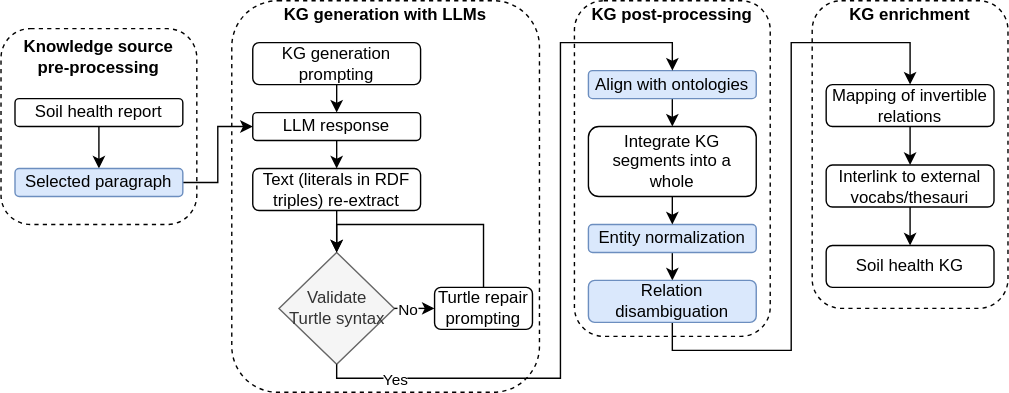
Earlier version of the draw.io export imgs/text2KG.svg (soilwise-he/soil-health-knowledge-graph). Source tidied: cells renumbered, new cells last; positions are measured from the earlier drawing's top-left corner, leaving out a move shared by most shapes.
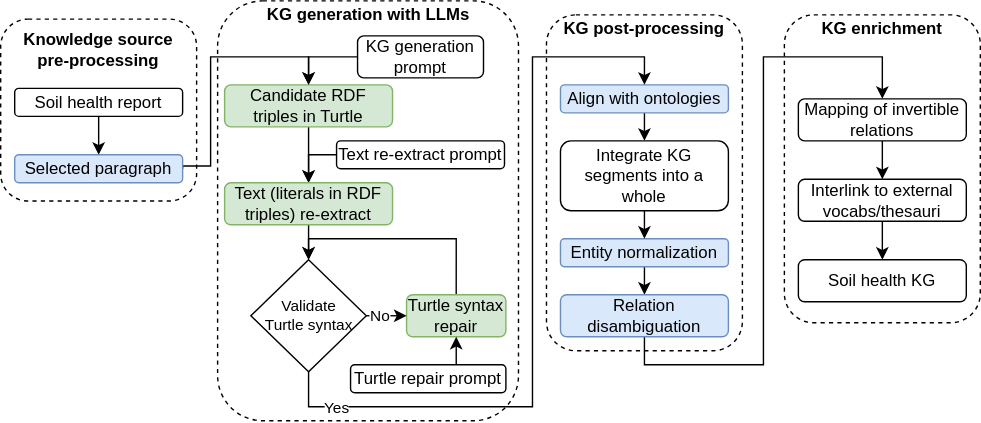
After the change.

The edit, as a diff of the source:
```diff
@@ -6,33 +6,33 @@
       <mxGeometry relative="1" as="geometry" />
     </mxCell>
     <mxCell id="3" value="Soil health report" style="rounded=1;whiteSpace=wrap;html=1;" parent="1" vertex="1">
-      <mxGeometry x="10" y="70" width="120" height="20" as="geometry" />
+      <mxGeometry x="30" y="52.5" width="120" height="20" as="geometry" />
     </mxCell>
-    <mxCell id="4" style="edgeStyle=orthogonalEdgeStyle;rounded=0;jettySize=auto;html=1;exitX=0.5;exitY=1;exitDx=0;exitDy=0;entryX=0.5;entryY=0;entryDx=0;entryDy=0;" parent="1" edge="1" source="5" target="8">
-      <mxGeometry relative="1" as="geometry" />
-    </mxCell>
+    <mxCell id="40" style="edgeStyle=orthogonalEdgeStyle;rounded=0;jettySize=auto;html=1;exitX=0.5;exitY=1;exitDx=0;exitDy=0;entryX=0.5;entryY=0;entryDx=0;entryDy=0;" parent="1" edge="1" source="5" target="18">
+      <mxGeometry relative="1" as="geometry" />
+    </mxCell>
-    <mxCell id="5" value="KG generation prompting" style="rounded=1;whiteSpace=wrap;html=1;" parent="1" vertex="1">
-      <mxGeometry x="180" y="30" width="120" height="30" as="geometry" />
+    <mxCell id="5" value="Candidate RDF triples in Turtle" style="rounded=1;whiteSpace=wrap;html=1;fillColor=#d5e8d4;strokeColor=#82b366;" parent="1" vertex="1">
+      <mxGeometry x="180" y="50" width="120" height="30" as="geometry" />
     </mxCell>
-    <mxCell id="6" value="Validate&lt;div&gt;Turtle syntax&lt;/div&gt;" style="rhombus;whiteSpace=wrap;html=1;fillColor=#f5f5f5;strokeColor=#666666;fontColor=#333333;" parent="1" vertex="1">
-      <mxGeometry x="198.8" y="180" width="82.5" height="80" as="geometry" />
+    <mxCell id="6" value="&lt;div style=&quot;line-height: 110%;&quot;&gt;&lt;font style=&quot;font-size: 11px; line-height: 110%;&quot;&gt;Validate&lt;/font&gt;&lt;div&gt;&lt;font style=&quot;font-size: 11px; line-height: 110%;&quot;&gt;Turtle syntax&lt;/font&gt;&lt;/div&gt;&lt;/div&gt;" style="rhombus;whiteSpace=wrap;html=1;" parent="1" vertex="1">
+      <mxGeometry x="198.8" y="175" width="82.5" height="80" as="geometry" />
     </mxCell>
-    <mxCell id="7" style="edgeStyle=orthogonalEdgeStyle;rounded=0;jettySize=auto;html=1;exitX=0.5;exitY=1;exitDx=0;exitDy=0;entryX=0.5;entryY=0;entryDx=0;entryDy=0;" parent="1" edge="1" source="8" target="18">
+    <mxCell id="7" style="edgeStyle=orthogonalEdgeStyle;rounded=0;jettySize=auto;html=1;exitX=0;exitY=0.5;exitDx=0;exitDy=0;entryX=0.5;entryY=0;entryDx=0;entryDy=0;" parent="1" edge="1" source="8" target="18">
       <mxGeometry relative="1" as="geometry" />
     </mxCell>
-    <mxCell id="8" value="LLM response" style="rounded=1;whiteSpace=wrap;html=1;" parent="1" vertex="1">
-      <mxGeometry x="180" y="80" width="120" height="20" as="geometry" />
+    <mxCell id="8" value="Text re-extract prompt" style="rounded=1;whiteSpace=wrap;html=1;" parent="1" vertex="1">
+      <mxGeometry x="260" y="90" width="120" height="20" as="geometry" />
     </mxCell>
     <mxCell id="9" style="edgeStyle=orthogonalEdgeStyle;rounded=0;jettySize=auto;html=1;exitX=0.5;exitY=0;exitDx=0;exitDy=0;entryX=0.5;entryY=0;entryDx=0;entryDy=0;" parent="1" edge="1" source="10" target="6">
       <mxGeometry relative="1" as="geometry">
         <Array as="points">
-          <mxPoint x="345" y="160" />
+          <mxPoint x="346" y="160" />
           <mxPoint x="240" y="160" />
         </Array>
       </mxGeometry>
     </mxCell>
-    <mxCell id="10" value="Turtle repair prompting" style="rounded=1;whiteSpace=wrap;html=1;" parent="1" vertex="1">
-      <mxGeometry x="310" y="205" width="70" height="30" as="geometry" />
+    <mxCell id="10" value="Turtle syntax repair" style="rounded=1;whiteSpace=wrap;html=1;fillColor=#d5e8d4;strokeColor=#82b366;" parent="1" vertex="1">
+      <mxGeometry x="310" y="200" width="71" height="30" as="geometry" />
     </mxCell>
     <mxCell id="11" style="edgeStyle=orthogonalEdgeStyle;rounded=0;jettySize=auto;html=1;exitX=0.5;exitY=1;exitDx=0;exitDy=0;entryX=0.5;entryY=0;entryDx=0;entryDy=0;" parent="1" edge="1" source="12" target="35">
       <mxGeometry relative="1" as="geometry" />
@@ -55,14 +55,20 @@
     <mxCell id="17" style="edgeStyle=orthogonalEdgeStyle;rounded=0;jettySize=auto;html=1;exitX=0.5;exitY=1;exitDx=0;exitDy=0;entryX=0.5;entryY=0;entryDx=0;entryDy=0;" parent="1" edge="1" source="18" target="6">
       <mxGeometry relative="1" as="geometry" />
     </mxCell>
-    <mxCell id="18" value="Text (literals in RDF triples) re-extract" style="rounded=1;whiteSpace=wrap;html=1;" parent="1" vertex="1">
+    <mxCell id="18" value="Text (literals in RDF triples) re-extract" style="rounded=1;whiteSpace=wrap;html=1;fillColor=#d5e8d4;strokeColor=#82b366;" parent="1" vertex="1">
       <mxGeometry x="180" y="120" width="120" height="30" as="geometry" />
     </mxCell>
-    <mxCell id="19" style="edgeStyle=orthogonalEdgeStyle;rounded=0;jettySize=auto;html=1;exitX=1;exitY=0.5;exitDx=0;exitDy=0;entryX=0;entryY=0.5;entryDx=0;entryDy=0;" parent="1" edge="1" source="20" target="8">
-      <mxGeometry relative="1" as="geometry" />
-    </mxCell>
+    <mxCell id="41" style="edgeStyle=orthogonalEdgeStyle;rounded=0;jettySize=auto;html=1;exitX=1;exitY=0.5;exitDx=0;exitDy=0;entryX=0.5;entryY=0;entryDx=0;entryDy=0;" parent="1" edge="1" source="20" target="5">
+      <mxGeometry relative="1" as="geometry">
+        <Array as="points">
+          <mxPoint x="170" y="108" />
+          <mxPoint x="170" y="30" />
+          <mxPoint x="240" y="30" />
+        </Array>
+      </mxGeometry>
+    </mxCell>
     <mxCell id="20" value="Selected paragraph" style="rounded=1;whiteSpace=wrap;html=1;fillColor=#dae8fc;strokeColor=#6c8ebf;" parent="1" vertex="1">
-      <mxGeometry x="10" y="120" width="120" height="20" as="geometry" />
+      <mxGeometry x="30" y="100" width="120" height="20" as="geometry" />
     </mxCell>
     <mxCell id="21" value="Soil health KG" style="rounded=1;whiteSpace=wrap;html=1;" parent="1" vertex="1">
       <mxGeometry x="590" y="175" width="120" height="30" as="geometry" />
@@ -74,7 +80,7 @@
       <mxGeometry x="420" y="160" width="120" height="20" as="geometry" />
     </mxCell>
     <mxCell id="24" style="rounded=1;whiteSpace=wrap;html=1;fillColor=none;dashed=1;" parent="1" vertex="1">
-      <mxGeometry x="165" width="220" height="280" as="geometry" />
+      <mxGeometry x="175" y="-10" width="215" height="300" as="geometry" />
     </mxCell>
     <mxCell id="25" style="edgeStyle=orthogonalEdgeStyle;rounded=0;jettySize=auto;html=1;exitX=0.5;exitY=1;exitDx=0;exitDy=0;entryX=0.5;entryY=0;entryDx=0;entryDy=0;" parent="1" edge="1" source="26" target="14">
       <mxGeometry relative="1" as="geometry">
@@ -90,7 +96,7 @@
       <mxGeometry x="420" y="200" width="120" height="30" as="geometry" />
     </mxCell>
     <mxCell id="27" style="rounded=1;whiteSpace=wrap;html=1;fillColor=none;dashed=1;" parent="1" vertex="1">
-      <mxGeometry y="20" width="140" height="140" as="geometry" />
+      <mxGeometry x="20" y="3" width="140" height="130" as="geometry" />
     </mxCell>
     <mxCell id="28" style="rounded=1;whiteSpace=wrap;html=1;fillColor=none;dashed=1;" parent="1" vertex="1">
       <mxGeometry x="410" width="140" height="240" as="geometry" />
@@ -99,10 +105,10 @@
       <mxGeometry x="580" width="140" height="220" as="geometry" />
     </mxCell>
     <mxCell id="30" value="&lt;b&gt;Knowledge source pre-processing&lt;/b&gt;" style="text;html=1;align=center;verticalAlign=middle;whiteSpace=wrap;rounded=0;" parent="1" vertex="1">
-      <mxGeometry x="10" y="30" width="120" height="20" as="geometry" />
+      <mxGeometry x="30" y="15" width="120" height="20" as="geometry" />
     </mxCell>
     <mxCell id="31" value="&lt;b&gt;KG generation with LLMs&lt;/b&gt;" style="text;html=1;align=center;verticalAlign=middle;whiteSpace=wrap;rounded=0;" parent="1" vertex="1">
-      <mxGeometry x="190" width="170" height="20" as="geometry" />
+      <mxGeometry x="207.5" y="-10" width="150" height="20" as="geometry" />
     </mxCell>
     <mxCell id="32" value="&lt;b&gt;KG post-processing&lt;/b&gt;" style="text;html=1;align=center;verticalAlign=middle;whiteSpace=wrap;rounded=0;" parent="1" vertex="1">
       <mxGeometry x="420" width="120" height="20" as="geometry" />
@@ -127,8 +133,8 @@
     <mxCell id="38" style="endArrow=classic;html=1;rounded=0;exitX=0.5;exitY=1;exitDx=0;exitDy=0;entryX=0.5;entryY=0;entryDx=0;entryDy=0;edgeStyle=orthogonalEdgeStyle;" parent="1" edge="1" source="6" target="12">
       <mxGeometry relative="1" as="geometry">
         <Array as="points">
-          <mxPoint x="240" y="270" />
-          <mxPoint x="400" y="270" />
+          <mxPoint x="240" y="280" />
+          <mxPoint x="400" y="280" />
           <mxPoint x="400" y="30" />
           <mxPoint x="480" y="30" />
         </Array>
@@ -136,8 +142,20 @@
     </mxCell>
     <mxCell id="39" value="Yes" style="edgeLabel;html=1;align=center;verticalAlign=middle;" parent="38" vertex="1">
       <mxGeometry relative="1" as="geometry">
-        <mxPoint x="-119" y="85" as="offset" />
+        <mxPoint x="-140" y="83" as="offset" />
       </mxGeometry>
     </mxCell>
+    <mxCell id="42" style="edgeStyle=orthogonalEdgeStyle;rounded=0;jettySize=auto;html=1;exitX=0;exitY=0.5;exitDx=0;exitDy=0;entryX=0.5;entryY=0;entryDx=0;entryDy=0;" parent="1" edge="1" source="43" target="5">
+      <mxGeometry relative="1" as="geometry" />
+    </mxCell>
+    <mxCell id="43" value="KG generation prompt" style="rounded=1;whiteSpace=wrap;html=1;" parent="1" vertex="1">
+      <mxGeometry x="275" y="15" width="90" height="30" as="geometry" />
+    </mxCell>
+    <mxCell id="44" style="edgeStyle=orthogonalEdgeStyle;rounded=0;jettySize=auto;html=1;exitX=0.75;exitY=0;exitDx=0;exitDy=0;entryX=0.5;entryY=1;entryDx=0;entryDy=0;" parent="1" edge="1" source="45" target="10">
+      <mxGeometry relative="1" as="geometry" />
+    </mxCell>
+    <mxCell id="45" value="Turtle repair prompt" style="rounded=1;whiteSpace=wrap;html=1;" parent="1" vertex="1">
+      <mxGeometry x="270" y="250" width="111" height="20" as="geometry" />
+    </mxCell>
   </root>
 </mxGraphModel>
```
